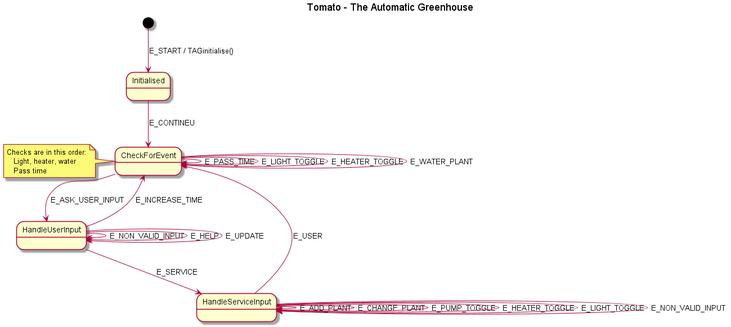
Above: Tomato_UML/Tomato UML/Tomato - The Automatic Greenhouse.png in r1r3nn3/Tomato (PlantUML), before the change.
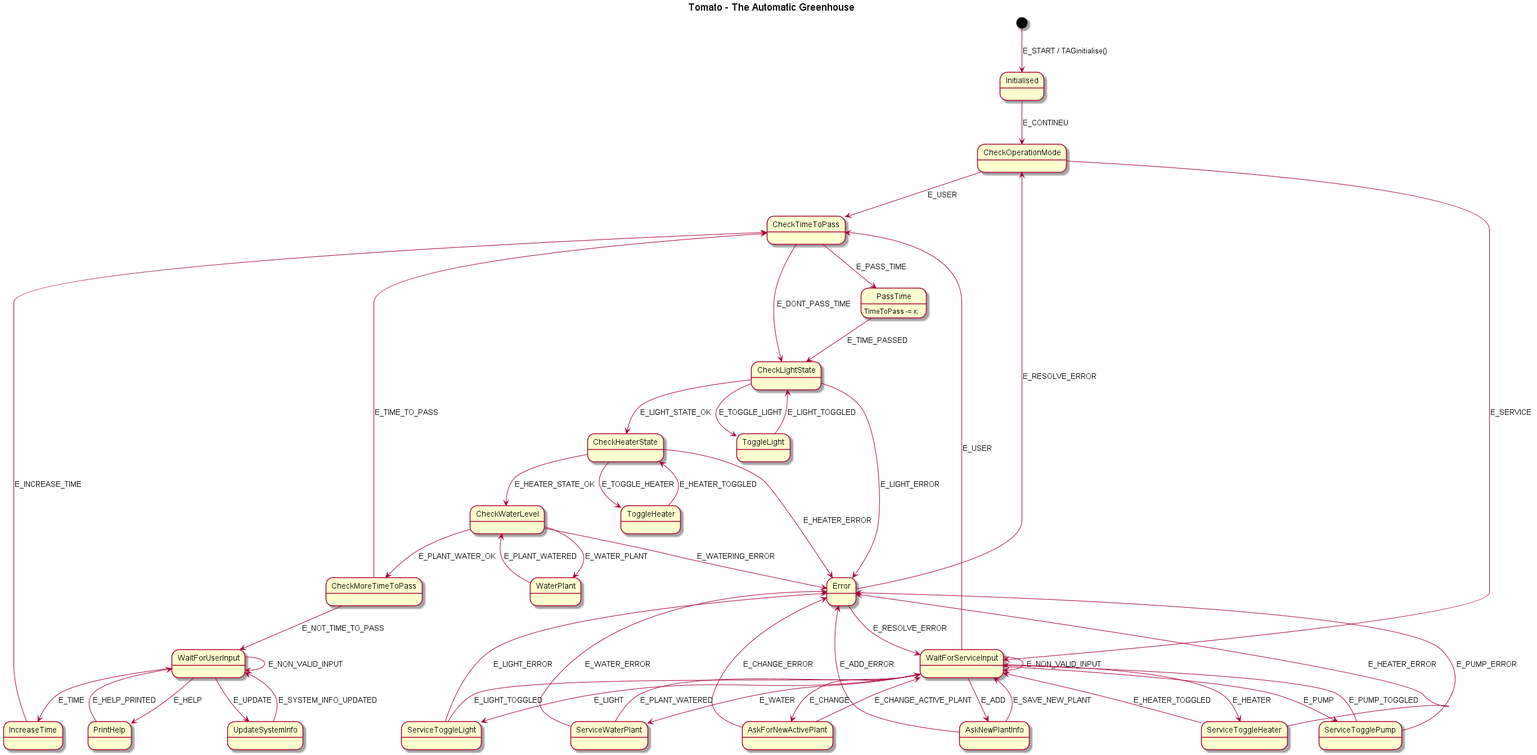
After the change.

Commit message:
Nieuw concept UML diagram voor de state machine + een mogelijk concept (ben ik niet zo'n fan van tho).

Change to the diagram source:
```diff
@@ -3,33 +3,76 @@
 title Tomato - The Automatic Greenhouse
 
 [*] --> Initialised : E_START / TAGinitialise()
-Initialised --> CheckForEvent : E_CONTINEU
+Initialised --> CheckOperationMode : E_CONTINEU
 
-CheckForEvent --> CheckForEvent : E_PASS_TIME
-CheckForEvent --> CheckForEvent : E_LIGHT_TOGGLE
-CheckForEvent --> CheckForEvent : E_HEATER_TOGGLE
-CheckForEvent --> CheckForEvent : E_WATER_PLANT
-CheckForEvent --> HandleUserInput : E_ASK_USER_INPUT
+CheckOperationMode --> CheckTimeToPass : E_USER
 
-HandleUserInput --> HandleUserInput : E_NON_VALID_INPUT
-HandleUserInput --> HandleUserInput : E_HELP
-HandleUserInput --> HandleUserInput : E_UPDATE
-HandleUserInput --> CheckForEvent : E_INCREASE_TIME
-HandleUserInput --> HandleServiceInput : E_SERVICE
+CheckTimeToPass --> PassTime : E_PASS_TIME
+CheckTimeToPass --> CheckLightState : E_DONT_PASS_TIME
+PassTime --> CheckLightState : E_TIME_PASSED
+PassTime : TimeToPass -= x;
 
-HandleServiceInput --> HandleServiceInput : E_ADD_PLANT
-HandleServiceInput --> HandleServiceInput : E_CHANGE_PLANT
-HandleServiceInput --> HandleServiceInput : E_PUMP_TOGGLE
-HandleServiceInput --> HandleServiceInput : E_HEATER_TOGGLE
-HandleServiceInput --> HandleServiceInput : E_LIGHT_TOGGLE
-HandleServiceInput --> HandleServiceInput : E_NON_VALID_INPUT
-HandleServiceInput --> CheckForEvent : E_USER
+CheckLightState --> ToggleLight : E_TOGGLE_LIGHT
+ToggleLight --> CheckLightState : E_LIGHT_TOGGLED
+CheckLightState --> Error : E_LIGHT_ERROR
+CheckLightState --> CheckHeaterState : E_LIGHT_STATE_OK
 
 
-note left of CheckForEvent
-	Checks are in this order:
-    Light, heater, water
-    Pass time
-end note
+CheckHeaterState --> ToggleHeater : E_TOGGLE_HEATER
+ToggleHeater --> CheckHeaterState : E_HEATER_TOGGLED
+CheckHeaterState --> Error : E_HEATER_ERROR
+CheckHeaterState --> CheckWaterLevel : E_HEATER_STATE_OK
+
+CheckWaterLevel --> WaterPlant : E_WATER_PLANT
+WaterPlant --> CheckWaterLevel : E_PLANT_WATERED
+CheckWaterLevel --> Error : E_WATERING_ERROR
+CheckWaterLevel --> CheckMoreTimeToPass : E_PLANT_WATER_OK
+
+Error --> CheckOperationMode : E_RESOLVE_ERROR
+
+CheckMoreTimeToPass --> CheckTimeToPass : E_TIME_TO_PASS
+CheckMoreTimeToPass --> WaitForUserInput : E_NOT_TIME_TO_PASS
+
+WaitForUserInput --> WaitForUserInput : E_NON_VALID_INPUT
+
+WaitForUserInput --> PrintHelp : E_HELP
+PrintHelp --> WaitForUserInput : E_HELP_PRINTED
+
+WaitForUserInput --> IncreaseTime : E_TIME
+IncreaseTime --> CheckTimeToPass : E_INCREASE_TIME
+
+WaitForUserInput --> UpdateSystemInfo : E_UPDATE
+UpdateSystemInfo --> WaitForUserInput : E_SYSTEM_INFO_UPDATED
+
+CheckOperationMode --> WaitForServiceInput : E_SERVICE
+
+WaitForServiceInput --> WaitForServiceInput : E_NON_VALID_INPUT
+WaitForServiceInput --> CheckTimeToPass : E_USER
+
+WaitForServiceInput --> AskNewPlantInfo : E_ADD
+AskNewPlantInfo --> WaitForServiceInput : E_SAVE_NEW_PLANT
+AskNewPlantInfo --> Error : E_ADD_ERROR
+
+WaitForServiceInput --> AskForNewActivePlant : E_CHANGE
+AskForNewActivePlant --> WaitForServiceInput : E_CHANGE_ACTIVE_PLANT
+AskForNewActivePlant --> Error : E_CHANGE_ERROR
+
+WaitForServiceInput --> ServiceToggleHeater : E_HEATER
+ServiceToggleHeater --> WaitForServiceInput : E_HEATER_TOGGLED
+ServiceToggleHeater --> Error : E_HEATER_ERROR
+
+WaitForServiceInput --> ServiceTogglePump : E_PUMP
+ServiceTogglePump --> WaitForServiceInput : E_PUMP_TOGGLED
+ServiceTogglePump --> Error : E_PUMP_ERROR
+
+WaitForServiceInput --> ServiceToggleLight : E_LIGHT
+ServiceToggleLight --> WaitForServiceInput : E_LIGHT_TOGGLED
+ServiceToggleLight --> Error : E_LIGHT_ERROR
+
+WaitForServiceInput --> ServiceWaterPlant : E_WATER
+ServiceWaterPlant --> WaitForServiceInput : E_PLANT_WATERED
+ServiceWaterPlant --> Error : E_WATER_ERROR
+
+Error --> WaitForServiceInput : E_RESOLVE_ERROR
 
 @enduml
```
